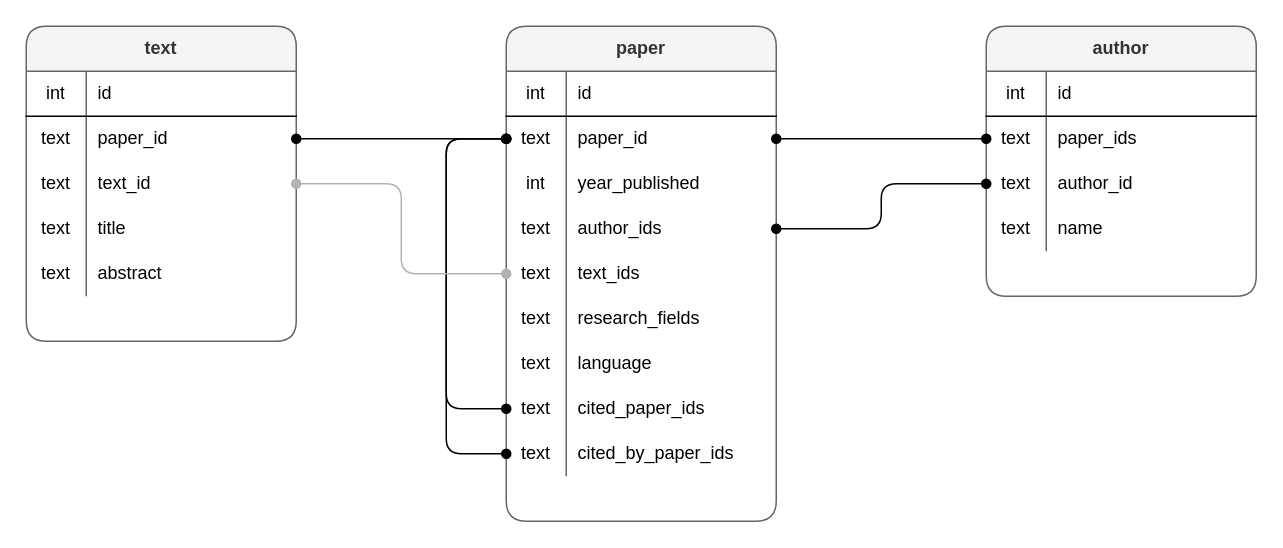
Before: readme_files/database_schema.drawio in zushicat/scholar-data-ingest, a draw.io diagram. Source tidied: cells renumbered, new cells numbered last; positions are measured from the earlier drawing's top-left corner, leaving out a move shared by most shapes. Both pictures are drawn from the tidied source at 150%, with x=0, y=0 at pixel (26, 26).
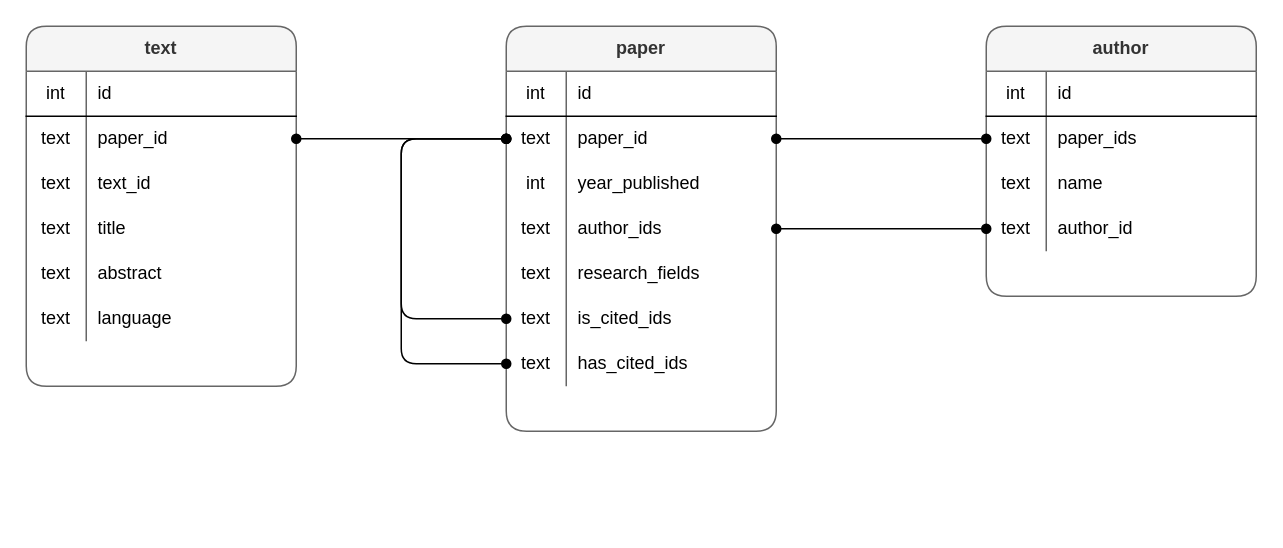
Above is the later version.

The change refers to these unchanged cells:
```xml
<mxCell id="9" style="shape=partialRectangle;html=1;whiteSpace=wrap;fillColor=none;top=0;left=0;bottom=0;right=0;points=[[0,0.5],[1,0.5]];portConstraint=eastwest;" parent="2" vertex="1">
  <mxGeometry y="90" width="180" height="30" as="geometry" />
</mxCell>
<mxCell id="18" value="author" style="shape=table;html=1;whiteSpace=wrap;startSize=30;childLayout=tableLayout;rowLines=0;fontStyle=1;align=center;rounded=1;fillColor=#f5f5f5;strokeColor=#666666;fontColor=#333333;" parent="1" vertex="1">
  <mxGeometry x="640" width="180" height="180" as="geometry" />
</mxCell>
<mxCell id="35" style="shape=partialRectangle;html=1;whiteSpace=wrap;fillColor=none;top=0;left=0;bottom=0;right=0;points=[[0,0.5],[1,0.5]];portConstraint=eastwest;" parent="31" vertex="1">
  <mxGeometry y="60" width="180" height="30" as="geometry" />
</mxCell>
```

What changed in the source:
```diff
@@
     <mxCell id="2" value="text" style="shape=table;html=1;whiteSpace=wrap;startSize=30;childLayout=tableLayout;rowLines=0;fontStyle=1;align=center;rounded=1;fillColor=#f5f5f5;strokeColor=#666666;fontColor=#333333;" parent="1" vertex="1">
-      <mxGeometry width="180" height="210" as="geometry" />
+      <mxGeometry width="180" height="240" as="geometry" />
     </mxCell>
@@
+    <mxCell id="65" style="shape=partialRectangle;html=1;whiteSpace=wrap;fillColor=none;top=0;left=0;bottom=0;right=0;" parent="2" vertex="1">
+      <mxGeometry y="180" width="180" height="30" as="geometry" />
+    </mxCell>
+    <mxCell id="66" value="text" style="shape=partialRectangle;html=1;whiteSpace=wrap;fillColor=none;top=0;left=0;bottom=0;right=0;overflow=hidden;" parent="65" vertex="1">
+      <mxGeometry width="40" height="30" as="geometry" />
+    </mxCell>
+    <mxCell id="52" value="language" style="shape=partialRectangle;html=1;whiteSpace=wrap;fillColor=none;top=0;left=0;bottom=0;right=0;align=left;spacingLeft=6;overflow=hidden;" parent="65" vertex="1">
+      <mxGeometry x="40" width="140" height="30" as="geometry" />
+    </mxCell>
@@
+    <mxCell id="28" style="shape=partialRectangle;html=1;whiteSpace=wrap;fillColor=none;top=0;left=0;bottom=0;right=0;" parent="18" vertex="1">
+      <mxGeometry y="90" width="180" height="30" as="geometry" />
+    </mxCell>
+    <mxCell id="29" value="text" style="shape=partialRectangle;html=1;whiteSpace=wrap;fillColor=none;top=0;left=0;bottom=0;right=0;overflow=hidden;" parent="28" vertex="1">
+      <mxGeometry width="40" height="30" as="geometry" />
+    </mxCell>
+    <mxCell id="30" value="name" style="shape=partialRectangle;html=1;whiteSpace=wrap;fillColor=none;top=0;left=0;bottom=0;right=0;align=left;spacingLeft=6;overflow=hidden;" parent="28" vertex="1">
+      <mxGeometry x="40" width="140" height="30" as="geometry" />
+    </mxCell>
     <mxCell id="25" style="shape=partialRectangle;html=1;whiteSpace=wrap;fillColor=none;top=0;left=0;bottom=0;right=0;points=[[0,0.5],[1,0.5]];portConstraint=eastwest;" parent="18" vertex="1">
-      <mxGeometry y="90" width="180" height="30" as="geometry" />
+      <mxGeometry y="120" width="180" height="30" as="geometry" />
     </mxCell>
@@
-    <mxCell id="28" style="shape=partialRectangle;html=1;whiteSpace=wrap;fillColor=none;top=0;left=0;bottom=0;right=0;" parent="18" vertex="1">
-      <mxGeometry y="120" width="180" height="30" as="geometry" />
-    </mxCell>
-    <mxCell id="29" value="text" style="shape=partialRectangle;html=1;whiteSpace=wrap;fillColor=none;top=0;left=0;bottom=0;right=0;overflow=hidden;" parent="28" vertex="1">
-      <mxGeometry width="40" height="30" as="geometry" />
-    </mxCell>
-    <mxCell id="30" value="name" style="shape=partialRectangle;html=1;whiteSpace=wrap;fillColor=none;top=0;left=0;bottom=0;right=0;align=left;spacingLeft=6;overflow=hidden;" parent="28" vertex="1">
-      <mxGeometry x="40" width="140" height="30" as="geometry" />
-    </mxCell>
     <mxCell id="31" value="paper" style="shape=table;html=1;whiteSpace=wrap;startSize=30;childLayout=tableLayout;rowLines=0;fontStyle=1;align=center;fillColor=#f5f5f5;strokeColor=#666666;fontColor=#333333;rounded=1;" parent="1" vertex="1">
-      <mxGeometry x="320" width="180" height="330" as="geometry" />
+      <mxGeometry x="320" width="180" height="270" as="geometry" />
     </mxCell>
@@
-    <mxCell id="44" style="shape=partialRectangle;html=1;whiteSpace=wrap;fillColor=none;top=0;left=0;bottom=0;right=0;points=[[0,0.5],[1,0.5]];portConstraint=eastwest;" parent="31" vertex="1">
-      <mxGeometry y="150" width="180" height="30" as="geometry" />
-    </mxCell>
-    <mxCell id="45" value="text" style="shape=partialRectangle;html=1;whiteSpace=wrap;fillColor=none;top=0;left=0;bottom=0;right=0;overflow=hidden;" parent="44" vertex="1">
-      <mxGeometry width="40" height="30" as="geometry" />
-    </mxCell>
-    <mxCell id="46" value="text_ids" style="shape=partialRectangle;html=1;whiteSpace=wrap;fillColor=none;top=0;left=0;bottom=0;right=0;align=left;spacingLeft=6;overflow=hidden;" parent="44" vertex="1">
-      <mxGeometry x="40" width="140" height="30" as="geometry" />
-    </mxCell>
     <mxCell id="47" style="shape=partialRectangle;html=1;whiteSpace=wrap;fillColor=none;top=0;left=0;bottom=0;right=0;" parent="31" vertex="1">
-      <mxGeometry y="180" width="180" height="30" as="geometry" />
+      <mxGeometry y="150" width="180" height="30" as="geometry" />
     </mxCell>
@@
-    <mxCell id="50" style="shape=partialRectangle;html=1;whiteSpace=wrap;fillColor=none;top=0;left=0;bottom=0;right=0;" parent="31" vertex="1">
-      <mxGeometry y="210" width="180" height="30" as="geometry" />
-    </mxCell>
-    <mxCell id="51" value="text" style="shape=partialRectangle;html=1;whiteSpace=wrap;fillColor=none;top=0;left=0;bottom=0;right=0;overflow=hidden;" parent="50" vertex="1">
-      <mxGeometry width="40" height="30" as="geometry" />
-    </mxCell>
-    <mxCell id="52" value="language" style="shape=partialRectangle;html=1;whiteSpace=wrap;fillColor=none;top=0;left=0;bottom=0;right=0;align=left;spacingLeft=6;overflow=hidden;" parent="50" vertex="1">
-      <mxGeometry x="40" width="140" height="30" as="geometry" />
-    </mxCell>
     <mxCell id="53" style="edgeStyle=orthogonalEdgeStyle;rounded=1;jettySize=auto;html=1;entryX=0;entryY=0.5;entryDx=0;entryDy=0;startArrow=oval;startFill=1;endArrow=oval;endFill=1;" parent="31" edge="1" source="54" target="35">
       <mxGeometry relative="1" as="geometry">
         <Array as="points">
-          <mxPoint x="-40" y="255" />
-          <mxPoint x="-40" y="75" />
+          <mxPoint x="-70" y="195" />
+          <mxPoint x="-70" y="75" />
         </Array>
       </mxGeometry>
     </mxCell>
     <mxCell id="54" style="shape=partialRectangle;html=1;whiteSpace=wrap;fillColor=none;top=0;left=0;bottom=0;right=0;points=[[0,0.5],[1,0.5]];portConstraint=eastwest;" parent="31" vertex="1">
-      <mxGeometry y="240" width="180" height="30" as="geometry" />
+      <mxGeometry y="180" width="180" height="30" as="geometry" />
     </mxCell>
@@
-    <mxCell id="56" value="cited_paper_ids" style="shape=partialRectangle;html=1;whiteSpace=wrap;fillColor=none;top=0;left=0;bottom=0;right=0;align=left;spacingLeft=6;overflow=hidden;" parent="54" vertex="1">
+    <mxCell id="56" value="is_cited_ids" style="shape=partialRectangle;html=1;whiteSpace=wrap;fillColor=none;top=0;left=0;bottom=0;right=0;align=left;spacingLeft=6;overflow=hidden;" parent="54" vertex="1">
       <mxGeometry x="40" width="140" height="30" as="geometry" />
     </mxCell>
     <mxCell id="57" style="edgeStyle=orthogonalEdgeStyle;rounded=1;jettySize=auto;html=1;entryX=0;entryY=0.5;entryDx=0;entryDy=0;startArrow=oval;startFill=1;endArrow=oval;endFill=1;" parent="31" edge="1" source="58" target="35">
       <mxGeometry relative="1" as="geometry">
         <Array as="points">
-          <mxPoint x="-40" y="285" />
-          <mxPoint x="-40" y="75" />
+          <mxPoint x="-70" y="225" />
+          <mxPoint x="-70" y="75" />
         </Array>
       </mxGeometry>
     </mxCell>
     <mxCell id="58" style="shape=partialRectangle;html=1;whiteSpace=wrap;fillColor=none;top=0;left=0;bottom=0;right=0;points=[[0,0.5],[1,0.5]];portConstraint=eastwest;" parent="31" vertex="1">
-      <mxGeometry y="270" width="180" height="30" as="geometry" />
+      <mxGeometry y="210" width="180" height="30" as="geometry" />
     </mxCell>
@@
-    <mxCell id="60" value="cited_by_paper_ids" style="shape=partialRectangle;html=1;whiteSpace=wrap;fillColor=none;top=0;left=0;bottom=0;right=0;align=left;spacingLeft=6;overflow=hidden;" parent="58" vertex="1">
+    <mxCell id="60" value="has_cited_ids" style="shape=partialRectangle;html=1;whiteSpace=wrap;fillColor=none;top=0;left=0;bottom=0;right=0;align=left;spacingLeft=6;overflow=hidden;" parent="58" vertex="1">
       <mxGeometry x="40" width="140" height="30" as="geometry" />
     </mxCell>
@@
-    <mxCell id="64" style="edgeStyle=orthogonalEdgeStyle;rounded=1;jettySize=auto;html=1;entryX=0;entryY=0.5;entryDx=0;entryDy=0;startArrow=oval;startFill=1;endArrow=oval;endFill=1;fillColor=#f5f5f5;strokeColor=#B3B3B3;" parent="1" edge="1" source="9" target="44">
-      <mxGeometry relative="1" as="geometry" />
-    </mxCell>
```
